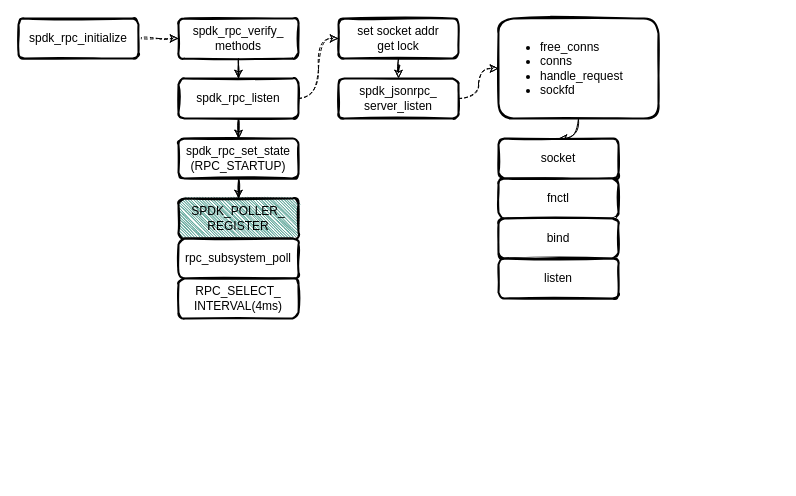
The draw.io diagram page "rpc" (4 of 5) of spdk/spdk.drawio in EarthWind/deeparch, before the edit. Source tidied: cells renumbered, new cells numbered last; positions are measured from the earlier drawing's top-left corner, leaving out a move shared by most shapes. Both pictures are drawn from the tidied source at 100%, with x=0, y=0 at pixel (18, 18).
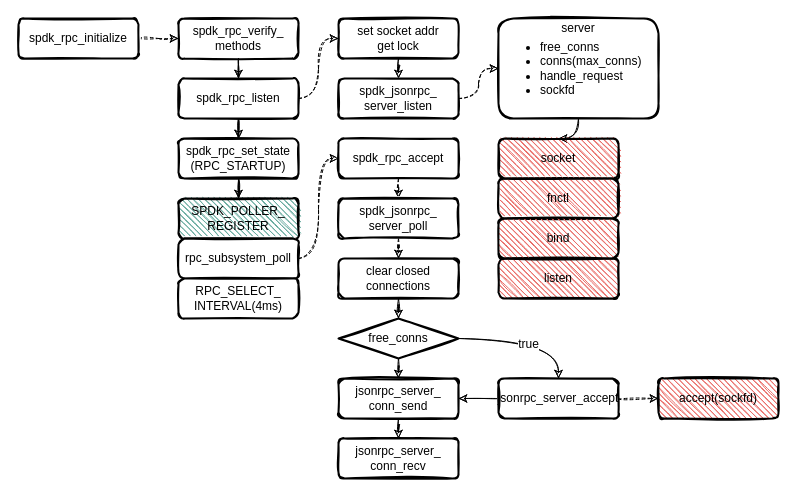
Above is the later version.

Unchanged cells that the change refers to:
```xml
<mxCell id="12" value="rpc_subsystem_poll" style="rounded=1;whiteSpace=wrap;html=1;strokeWidth=2;fillWeight=4;hachureGap=8;hachureAngle=45;sketch=1;fillColor=#FFFFFF;" parent="1" vertex="1">
  <mxGeometry x="160" y="220" width="120" height="40" as="geometry" />
</mxCell>
```

Change to the diagram source:
```diff
@@
-    <mxCell id="11" value="SPDK_POLLER_&lt;br&gt;REGISTER" style="rounded=1;whiteSpace=wrap;html=1;strokeWidth=2;fillWeight=1;hachureGap=2;hachureAngle=45;sketch=1;fillColor=#67AB9F;" parent="1" vertex="1">
+    <mxCell id="11" value="SPDK_POLLER_&lt;br&gt;REGISTER" style="rounded=1;whiteSpace=wrap;html=1;strokeWidth=2;fillWeight=1;hachureGap=4;hachureAngle=45;sketch=1;fillColor=#67AB9F;" parent="1" vertex="1">
       <mxGeometry x="160" y="180" width="120" height="40" as="geometry" />
     </mxCell>
+    <mxCell id="25" style="edgeStyle=orthogonalEdgeStyle;curved=1;rounded=0;sketch=1;jettySize=auto;html=1;entryX=0;entryY=0.5;entryDx=0;entryDy=0;fontSize=12;fontColor=#000000;dashed=1;" parent="1" edge="1" source="12" target="28">
+      <mxGeometry relative="1" as="geometry" />
+    </mxCell>
@@
-    <mxCell id="20" value="&lt;ul&gt;&lt;li&gt;free_conns&lt;/li&gt;&lt;li&gt;conns&lt;/li&gt;&lt;li&gt;handle_request&lt;br&gt;&lt;/li&gt;&lt;li&gt;sockfd&lt;/li&gt;&lt;/ul&gt;" style="text;strokeColor=none;fillColor=none;html=1;whiteSpace=wrap;verticalAlign=middle;overflow=hidden;sketch=1;fillWeight=1;hachureGap=2;jiggle=1;shadow=0;" parent="1" vertex="1">
+    <mxCell id="20" value="&lt;ul&gt;&lt;li&gt;free_conns&lt;/li&gt;&lt;li&gt;conns(max_conns)&lt;/li&gt;&lt;li&gt;handle_request&lt;br&gt;&lt;/li&gt;&lt;li&gt;sockfd&lt;/li&gt;&lt;/ul&gt;" style="text;strokeColor=none;fillColor=none;html=1;whiteSpace=wrap;verticalAlign=middle;overflow=hidden;sketch=1;fillWeight=1;hachureGap=2;jiggle=1;shadow=0;" parent="1" vertex="1">
       <mxGeometry x="480" width="160" height="100" as="geometry" />
     </mxCell>
-    <mxCell id="21" value="socket" style="rounded=1;whiteSpace=wrap;html=1;strokeWidth=2;fillWeight=4;hachureGap=8;hachureAngle=45;sketch=1;fillColor=#FFFFFF;" parent="1" vertex="1">
+    <mxCell id="21" value="socket" style="rounded=1;whiteSpace=wrap;html=1;strokeWidth=2;fillWeight=1;hachureGap=4;hachureAngle=45;sketch=1;fillColor=#EA6B66;" parent="1" vertex="1">
       <mxGeometry x="480" y="120" width="120" height="40" as="geometry" />
     </mxCell>
-    <mxCell id="22" value="fnctl" style="rounded=1;whiteSpace=wrap;html=1;strokeWidth=2;fillWeight=4;hachureGap=8;hachureAngle=45;sketch=1;fillColor=#FFFFFF;" parent="1" vertex="1">
+    <mxCell id="22" value="fnctl" style="rounded=1;whiteSpace=wrap;html=1;strokeWidth=2;fillWeight=1;hachureGap=4;hachureAngle=45;sketch=1;fillColor=#EA6B66;" parent="1" vertex="1">
       <mxGeometry x="480" y="160" width="120" height="40" as="geometry" />
     </mxCell>
-    <mxCell id="23" value="bind" style="rounded=1;whiteSpace=wrap;html=1;strokeWidth=2;fillWeight=4;hachureGap=8;hachureAngle=45;sketch=1;fillColor=#FFFFFF;" parent="1" vertex="1">
+    <mxCell id="23" value="bind" style="rounded=1;whiteSpace=wrap;html=1;strokeWidth=2;fillWeight=1;hachureGap=4;hachureAngle=45;sketch=1;fillColor=#EA6B66;" parent="1" vertex="1">
       <mxGeometry x="480" y="200" width="120" height="40" as="geometry" />
     </mxCell>
-    <mxCell id="24" value="listen" style="rounded=1;whiteSpace=wrap;html=1;strokeWidth=2;fillWeight=4;hachureGap=8;hachureAngle=45;sketch=1;fillColor=#FFFFFF;" parent="1" vertex="1">
+    <mxCell id="24" value="listen" style="rounded=1;whiteSpace=wrap;html=1;strokeWidth=2;fillWeight=1;hachureGap=4;hachureAngle=45;sketch=1;fillColor=#EA6B66;" parent="1" vertex="1">
       <mxGeometry x="480" y="240" width="120" height="40" as="geometry" />
     </mxCell>
+    <mxCell id="26" value="server" style="text;html=1;strokeColor=none;fillColor=none;align=center;verticalAlign=middle;whiteSpace=wrap;overflow=hidden;fillWeight=1;hachureGap=2;fontSize=12;fontColor=#000000;" parent="1" vertex="1">
+      <mxGeometry x="520" width="80" height="20" as="geometry" />
+    </mxCell>
+    <mxCell id="27" style="edgeStyle=orthogonalEdgeStyle;curved=1;rounded=0;sketch=1;jettySize=auto;html=1;entryX=0.5;entryY=0;entryDx=0;entryDy=0;dashed=1;fontSize=12;fontColor=#000000;" parent="1" edge="1" source="28" target="30">
+      <mxGeometry relative="1" as="geometry" />
+    </mxCell>
+    <mxCell id="28" value="spdk_rpc_accept" style="rounded=1;whiteSpace=wrap;html=1;strokeWidth=2;fillWeight=4;hachureGap=8;hachureAngle=45;sketch=1;fillColor=#FFFFFF;" parent="1" vertex="1">
+      <mxGeometry x="320" y="120" width="120" height="40" as="geometry" />
+    </mxCell>
+    <mxCell id="29" style="edgeStyle=orthogonalEdgeStyle;curved=1;rounded=0;sketch=1;jettySize=auto;html=1;entryX=0.5;entryY=0;entryDx=0;entryDy=0;dashed=1;fontSize=12;fontColor=#000000;" parent="1" edge="1" source="30" target="32">
+      <mxGeometry relative="1" as="geometry" />
+    </mxCell>
+    <mxCell id="30" value="spdk_jsonrpc_&lt;br&gt;server_poll" style="rounded=1;whiteSpace=wrap;html=1;strokeWidth=2;fillWeight=4;hachureGap=8;hachureAngle=45;sketch=1;fillColor=#FFFFFF;" parent="1" vertex="1">
+      <mxGeometry x="320" y="180" width="120" height="40" as="geometry" />
+    </mxCell>
+    <mxCell id="31" style="edgeStyle=orthogonalEdgeStyle;curved=1;rounded=0;sketch=1;jettySize=auto;html=1;entryX=0.5;entryY=0;entryDx=0;entryDy=0;fontSize=12;fontColor=#000000;" parent="1" edge="1" source="32" target="42">
+      <mxGeometry relative="1" as="geometry" />
+    </mxCell>
+    <mxCell id="32" value="clear closed connections" style="rounded=1;whiteSpace=wrap;html=1;strokeWidth=2;fillWeight=4;hachureGap=8;hachureAngle=45;sketch=1;fillColor=#FFFFFF;" parent="1" vertex="1">
+      <mxGeometry x="320" y="240" width="120" height="40" as="geometry" />
+    </mxCell>
+    <mxCell id="33" style="edgeStyle=orthogonalEdgeStyle;curved=1;rounded=0;sketch=1;jettySize=auto;html=1;entryX=0.5;entryY=0;entryDx=0;entryDy=0;fontSize=12;fontColor=#000000;" parent="1" edge="1" source="34" target="35">
+      <mxGeometry relative="1" as="geometry" />
+    </mxCell>
+    <mxCell id="34" value="jsonrpc_server_&lt;br&gt;conn_send" style="rounded=1;whiteSpace=wrap;html=1;strokeWidth=2;fillWeight=4;hachureGap=8;hachureAngle=45;sketch=1;fillColor=#FFFFFF;" parent="1" vertex="1">
+      <mxGeometry x="320" y="360" width="120" height="40" as="geometry" />
+    </mxCell>
+    <mxCell id="35" value="jsonrpc_server_&lt;br&gt;conn_recv" style="rounded=1;whiteSpace=wrap;html=1;strokeWidth=2;fillWeight=4;hachureGap=8;hachureAngle=45;sketch=1;fillColor=#FFFFFF;" parent="1" vertex="1">
+      <mxGeometry x="320" y="420" width="120" height="40" as="geometry" />
+    </mxCell>
+    <mxCell id="36" style="edgeStyle=orthogonalEdgeStyle;curved=1;rounded=0;sketch=1;jettySize=auto;html=1;entryX=1;entryY=0.5;entryDx=0;entryDy=0;fontSize=12;fontColor=#000000;" parent="1" edge="1" source="38" target="34">
+      <mxGeometry relative="1" as="geometry" />
+    </mxCell>
+    <mxCell id="37" style="edgeStyle=orthogonalEdgeStyle;curved=1;rounded=0;sketch=1;jettySize=auto;html=1;entryX=0;entryY=0.5;entryDx=0;entryDy=0;fontSize=12;fontColor=#000000;dashed=1;" parent="1" edge="1" source="38" target="43">
+      <mxGeometry relative="1" as="geometry" />
+    </mxCell>
+    <mxCell id="38" value="jsonrpc_server_accept" style="rounded=1;whiteSpace=wrap;html=1;strokeWidth=2;fillWeight=4;hachureGap=8;hachureAngle=45;sketch=1;fillColor=#FFFFFF;" parent="1" vertex="1">
+      <mxGeometry x="480" y="360" width="120" height="40" as="geometry" />
+    </mxCell>
+    <mxCell id="39" style="edgeStyle=orthogonalEdgeStyle;curved=1;rounded=0;sketch=1;jettySize=auto;html=1;fontSize=12;fontColor=#000000;" parent="1" edge="1" source="42" target="38">
+      <mxGeometry relative="1" as="geometry" />
+    </mxCell>
+    <mxCell id="40" value="true" style="edgeLabel;html=1;align=center;verticalAlign=middle;fontSize=12;fontColor=#000000;" parent="39" vertex="1">
+      <mxGeometry x="-0.02" y="-5" relative="1" as="geometry" />
+    </mxCell>
+    <mxCell id="41" style="edgeStyle=orthogonalEdgeStyle;curved=1;rounded=0;sketch=1;jettySize=auto;html=1;entryX=0.5;entryY=0;entryDx=0;entryDy=0;fontSize=12;fontColor=#000000;" parent="1" edge="1" source="42" target="34">
+      <mxGeometry relative="1" as="geometry" />
+    </mxCell>
+    <mxCell id="42" value="free_conns" style="rhombus;whiteSpace=wrap;html=1;strokeWidth=2;fillWeight=-1;hachureGap=8;fillStyle=cross-hatch;sketch=1;shadow=0;jiggle=1;fillColor=#FFFFFF;" parent="1" vertex="1">
+      <mxGeometry x="320" y="300" width="120" height="40" as="geometry" />
+    </mxCell>
+    <mxCell id="43" value="accept(sockfd)" style="rounded=1;whiteSpace=wrap;html=1;strokeWidth=2;fillWeight=1;hachureGap=4;hachureAngle=45;sketch=1;fillColor=#EA6B66;" parent="1" vertex="1">
+      <mxGeometry x="640" y="360" width="120" height="40" as="geometry" />
+    </mxCell>
```
